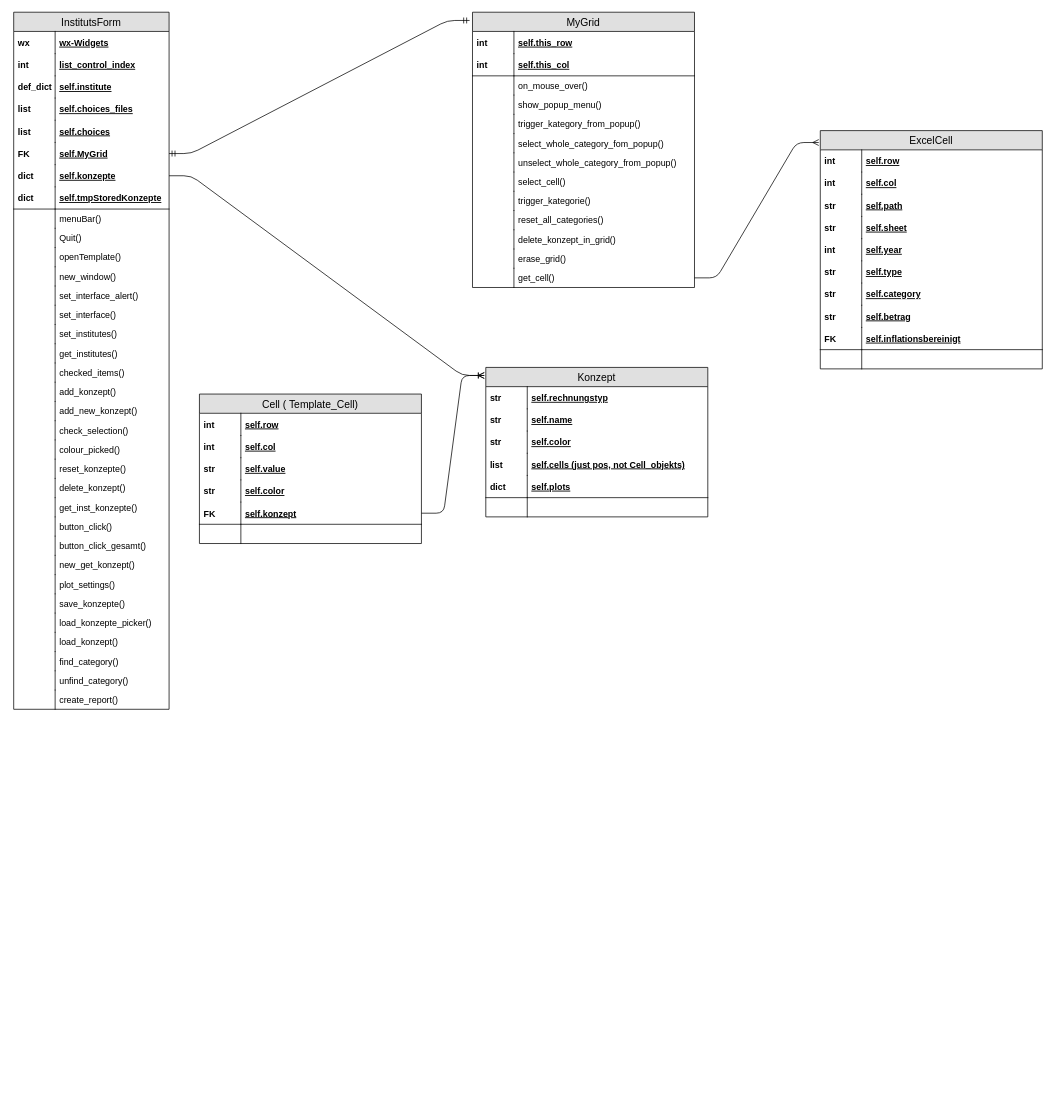
Earlier version of the draw.io diagram Finanzexplorer_ERM.drawio (Paschild/GMPG). Source tidied: cells renumbered, new cells numbered last; positions are measured from the earlier drawing's top-left corner, leaving out a move shared by most shapes. Both pictures are drawn from the tidied source at 74%, with x=0, y=0 at pixel (13, 12).
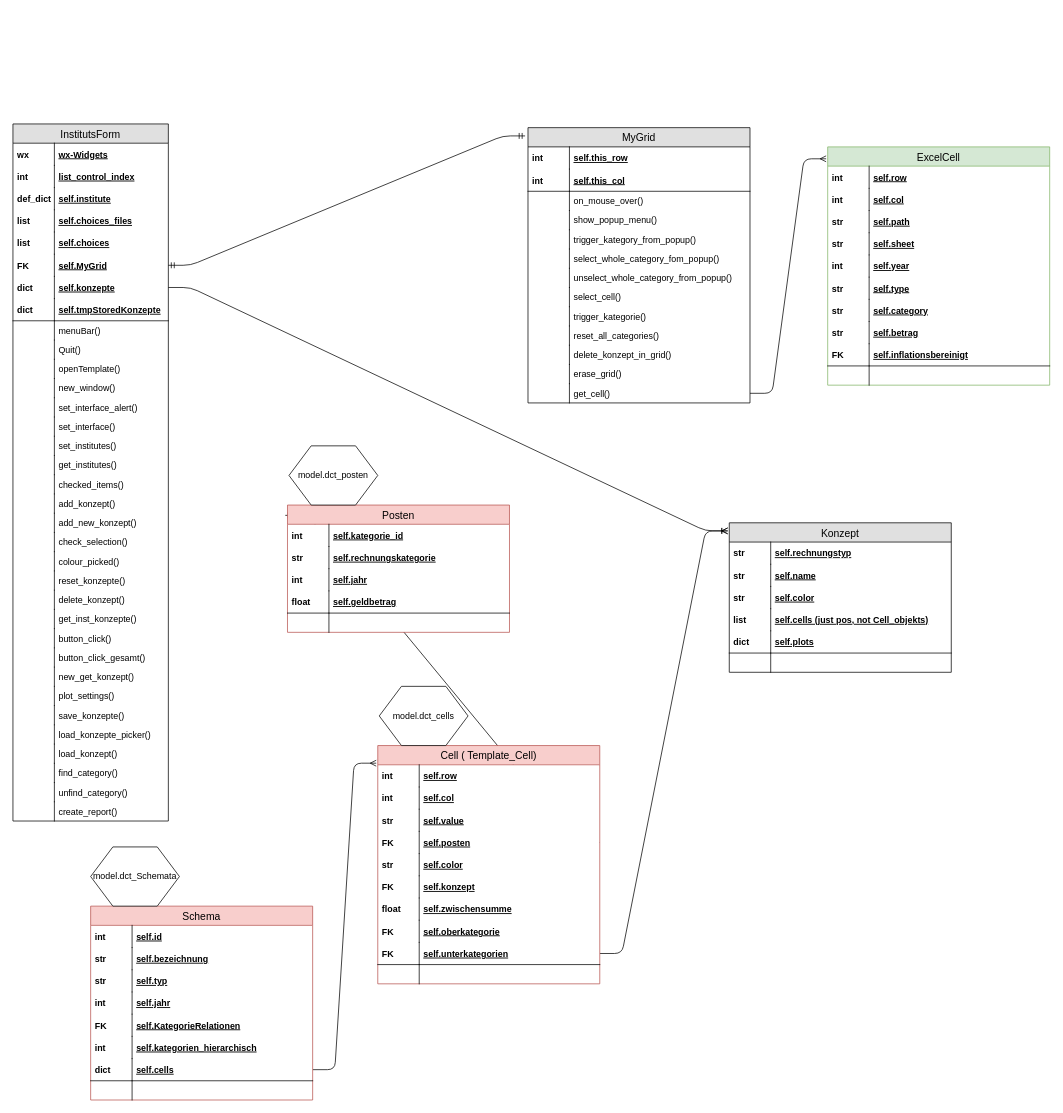
Above is the later version.

What changed in the source:
```diff
@@
     <mxCell id="2" value="InstitutsForm" style="swimlane;fontStyle=0;horizontal=1;startSize=26;fillColor=#e0e0e0;swimlaneFillColor=#ffffff;align=center;fontSize=14;" parent="1" vertex="1">
-      <mxGeometry width="210" height="942" as="geometry" />
+      <mxGeometry x="-1" y="151" width="210" height="942" as="geometry" />
     </mxCell>
@@
     <mxCell id="72" value="MyGrid" style="swimlane;fontStyle=0;horizontal=1;startSize=26;fillColor=#e0e0e0;swimlaneFillColor=#ffffff;align=center;fontSize=14;" parent="1" vertex="1">
-      <mxGeometry x="620" width="300" height="372" as="geometry" />
+      <mxGeometry x="695" y="156" width="300" height="372" as="geometry" />
     </mxCell>
@@
-    <mxCell id="99" value="Cell ( Template_Cell)" style="swimlane;fontStyle=0;horizontal=1;startSize=26;fillColor=#e0e0e0;swimlaneFillColor=#ffffff;align=center;fontSize=14;" parent="1" vertex="1">
-      <mxGeometry x="251" y="516" width="300" height="202" as="geometry" />
-    </mxCell>
-    <mxCell id="100" value="self.row" style="shape=partialRectangle;top=0;left=0;right=0;bottom=0;align=left;verticalAlign=middle;fillColor=none;spacingLeft=60;spacingRight=4;overflow=hidden;fontStyle=5;fontSize=12;" parent="99" vertex="1">
-      <mxGeometry y="26" width="300" height="30" as="geometry" />
-    </mxCell>
-    <mxCell id="101" value="int" style="shape=partialRectangle;fontStyle=1;top=0;left=0;bottom=0;fillColor=none;align=left;verticalAlign=middle;spacingLeft=4;spacingRight=4;overflow=hidden;fontSize=12;" parent="100" vertex="1">
-      <mxGeometry width="56" height="30" as="geometry" />
-    </mxCell>
-    <mxCell id="102" value="self.col" style="shape=partialRectangle;top=0;left=0;right=0;bottom=0;align=left;verticalAlign=middle;fillColor=none;spacingLeft=60;spacingRight=4;overflow=hidden;fontStyle=5;fontSize=12;" parent="99" vertex="1">
-      <mxGeometry y="56" width="300" height="30" as="geometry" />
-    </mxCell>
-    <mxCell id="103" value="int" style="shape=partialRectangle;fontStyle=1;top=0;left=0;bottom=0;fillColor=none;align=left;verticalAlign=middle;spacingLeft=4;spacingRight=4;overflow=hidden;fontSize=12;" parent="102" vertex="1">
-      <mxGeometry width="56" height="30" as="geometry" />
-    </mxCell>
-    <mxCell id="104" value="self.value" style="shape=partialRectangle;top=0;left=0;right=0;bottom=0;align=left;verticalAlign=middle;fillColor=none;spacingLeft=60;spacingRight=4;overflow=hidden;fontStyle=5;fontSize=12;" parent="99" vertex="1">
-      <mxGeometry y="86" width="300" height="30" as="geometry" />
-    </mxCell>
-    <mxCell id="105" value="str" style="shape=partialRectangle;fontStyle=1;top=0;left=0;bottom=0;fillColor=none;align=left;verticalAlign=middle;spacingLeft=4;spacingRight=4;overflow=hidden;fontSize=12;" parent="104" vertex="1">
-      <mxGeometry width="56" height="30" as="geometry" />
-    </mxCell>
-    <mxCell id="106" value="self.color" style="shape=partialRectangle;top=0;left=0;right=0;bottom=0;align=left;verticalAlign=middle;fillColor=none;spacingLeft=60;spacingRight=4;overflow=hidden;fontStyle=5;fontSize=12;" parent="99" vertex="1">
-      <mxGeometry y="116" width="300" height="30" as="geometry" />
-    </mxCell>
-    <mxCell id="107" value="str" style="shape=partialRectangle;fontStyle=1;top=0;left=0;bottom=0;fillColor=none;align=left;verticalAlign=middle;spacingLeft=4;spacingRight=4;overflow=hidden;fontSize=12;" parent="106" vertex="1">
-      <mxGeometry width="56" height="30" as="geometry" />
-    </mxCell>
-    <mxCell id="108" value="self.konzept" style="shape=partialRectangle;top=0;left=0;right=0;bottom=1;align=left;verticalAlign=middle;fillColor=none;spacingLeft=60;spacingRight=4;overflow=hidden;points=[[0,0.5],[1,0.5]];portConstraint=eastwest;fontStyle=5;fontSize=12;" parent="99" vertex="1">
-      <mxGeometry y="146" width="300" height="30" as="geometry" />
-    </mxCell>
-    <mxCell id="109" value="FK" style="shape=partialRectangle;fontStyle=1;top=0;left=0;bottom=0;fillColor=none;align=left;verticalAlign=middle;spacingLeft=4;spacingRight=4;overflow=hidden;fontSize=12;" parent="108" vertex="1">
-      <mxGeometry width="56" height="30" as="geometry" />
-    </mxCell>
-    <mxCell id="110" style="shape=partialRectangle;top=0;left=0;right=0;bottom=0;align=left;verticalAlign=top;fillColor=none;spacingLeft=60;spacingRight=4;overflow=hidden;fontSize=12;" parent="99" vertex="1">
-      <mxGeometry y="176" width="300" height="26" as="geometry" />
-    </mxCell>
-    <mxCell id="111" style="shape=partialRectangle;top=0;left=0;bottom=0;fillColor=none;align=left;verticalAlign=top;spacingLeft=4;spacingRight=4;overflow=hidden;fontSize=12;" parent="110" vertex="1">
-      <mxGeometry width="56" height="26" as="geometry" />
-    </mxCell>
-    <mxCell id="112" value="ExcelCell" style="swimlane;fontStyle=0;horizontal=1;startSize=26;fillColor=#e0e0e0;swimlaneFillColor=#ffffff;align=center;fontSize=14;" parent="1" vertex="1">
-      <mxGeometry x="1090" y="160" width="300" height="322" as="geometry" />
+    <mxCell id="112" value="ExcelCell" style="swimlane;fontStyle=0;horizontal=1;startSize=26;fillColor=#d5e8d4;swimlaneFillColor=#ffffff;align=center;fontSize=14;strokeColor=#82b366;" parent="1" vertex="1">
+      <mxGeometry x="1100" y="182" width="300" height="322" as="geometry" />
     </mxCell>
@@
     <mxCell id="133" value="Konzept" style="swimlane;fontStyle=0;horizontal=1;startSize=26;fillColor=#e0e0e0;swimlaneFillColor=#ffffff;align=center;fontSize=14;" parent="1" vertex="1">
-      <mxGeometry x="638" y="480" width="300" height="202" as="geometry" />
+      <mxGeometry x="967" y="690" width="300" height="202" as="geometry" />
     </mxCell>
@@
+    <mxCell id="149" style="edgeStyle=entityRelationEdgeStyle;fontSize=12;html=1;endArrow=ERmany;exitX=1;exitY=0.5;exitDx=0;exitDy=0;entryX=-0.007;entryY=0.074;entryDx=0;entryDy=0;entryPerimeter=0;" parent="1" edge="1" source="165" target="99">
+      <mxGeometry relative="1" as="geometry" />
+    </mxCell>
+    <mxCell id="150" style="edgeStyle=entityRelationEdgeStyle;fontSize=12;html=1;endArrow=ERone;endFill=1;entryX=-0.01;entryY=0.081;entryDx=0;entryDy=0;entryPerimeter=0;exitX=1;exitY=0.5;exitDx=0;exitDy=0;" parent="1" edge="1" source="172" target="182">
+      <mxGeometry relative="1" as="geometry" />
+    </mxCell>
+    <mxCell id="151" style="group;" parent="1" vertex="1">
+      <mxGeometry x="104" y="1128" width="300" height="342" as="geometry" />
+    </mxCell>
+    <mxCell id="152" value="Schema" style="swimlane;fontStyle=0;horizontal=1;startSize=26;fillColor=#f8cecc;swimlaneFillColor=#ffffff;align=center;fontSize=14;strokeColor=#b85450;" parent="151" vertex="1">
+      <mxGeometry y="80" width="300" height="262" as="geometry" />
+    </mxCell>
+    <mxCell id="153" value="self.id" style="shape=partialRectangle;top=0;left=0;right=0;bottom=0;align=left;verticalAlign=middle;fillColor=none;spacingLeft=60;spacingRight=4;overflow=hidden;fontStyle=5;fontSize=12;" parent="152" vertex="1">
+      <mxGeometry y="26" width="300" height="30" as="geometry" />
+    </mxCell>
+    <mxCell id="154" value="int" style="shape=partialRectangle;fontStyle=1;top=0;left=0;bottom=0;fillColor=none;align=left;verticalAlign=middle;spacingLeft=4;spacingRight=4;overflow=hidden;fontSize=12;" parent="153" vertex="1">
+      <mxGeometry width="56" height="30" as="geometry" />
+    </mxCell>
+    <mxCell id="155" value="self.bezeichnung" style="shape=partialRectangle;top=0;left=0;right=0;bottom=0;align=left;verticalAlign=middle;fillColor=none;spacingLeft=60;spacingRight=4;overflow=hidden;fontStyle=5;fontSize=12;" parent="152" vertex="1">
+      <mxGeometry y="56" width="300" height="30" as="geometry" />
+    </mxCell>
+    <mxCell id="156" value="str" style="shape=partialRectangle;fontStyle=1;top=0;left=0;bottom=0;fillColor=none;align=left;verticalAlign=middle;spacingLeft=4;spacingRight=4;overflow=hidden;fontSize=12;" parent="155" vertex="1">
+      <mxGeometry width="56" height="30" as="geometry" />
+    </mxCell>
+    <mxCell id="157" value="self.typ" style="shape=partialRectangle;top=0;left=0;right=0;bottom=0;align=left;verticalAlign=middle;fillColor=none;spacingLeft=60;spacingRight=4;overflow=hidden;fontStyle=5;fontSize=12;" parent="152" vertex="1">
+      <mxGeometry y="86" width="300" height="30" as="geometry" />
+    </mxCell>
+    <mxCell id="158" value="str" style="shape=partialRectangle;fontStyle=1;top=0;left=0;bottom=0;fillColor=none;align=left;verticalAlign=middle;spacingLeft=4;spacingRight=4;overflow=hidden;fontSize=12;" parent="157" vertex="1">
+      <mxGeometry width="56" height="30" as="geometry" />
+    </mxCell>
+    <mxCell id="159" value="self.jahr" style="shape=partialRectangle;top=0;left=0;right=0;bottom=0;align=left;verticalAlign=middle;fillColor=none;spacingLeft=60;spacingRight=4;overflow=hidden;fontStyle=5;fontSize=12;" parent="152" vertex="1">
+      <mxGeometry y="116" width="300" height="30" as="geometry" />
+    </mxCell>
+    <mxCell id="160" value="int" style="shape=partialRectangle;fontStyle=1;top=0;left=0;bottom=0;fillColor=none;align=left;verticalAlign=middle;spacingLeft=4;spacingRight=4;overflow=hidden;fontSize=12;" parent="159" vertex="1">
+      <mxGeometry width="56" height="30" as="geometry" />
+    </mxCell>
+    <mxCell id="161" value="self.KategorieRelationen" style="shape=partialRectangle;top=0;left=0;right=0;bottom=0;align=left;verticalAlign=middle;fillColor=none;spacingLeft=60;spacingRight=4;overflow=hidden;fontStyle=5;fontSize=12;" parent="152" vertex="1">
+      <mxGeometry y="146" width="300" height="30" as="geometry" />
+    </mxCell>
+    <mxCell id="162" value="FK" style="shape=partialRectangle;fontStyle=1;top=0;left=0;bottom=0;fillColor=none;align=left;verticalAlign=middle;spacingLeft=4;spacingRight=4;overflow=hidden;fontSize=12;" parent="161" vertex="1">
+      <mxGeometry width="56" height="30" as="geometry" />
+    </mxCell>
+    <mxCell id="163" value="self.kategorien_hierarchisch" style="shape=partialRectangle;top=0;left=0;right=0;bottom=0;align=left;verticalAlign=middle;fillColor=none;spacingLeft=60;spacingRight=4;overflow=hidden;fontStyle=5;fontSize=12;" parent="152" vertex="1">
+      <mxGeometry y="176" width="300" height="30" as="geometry" />
+    </mxCell>
+    <mxCell id="164" value="int" style="shape=partialRectangle;fontStyle=1;top=0;left=0;bottom=0;fillColor=none;align=left;verticalAlign=middle;spacingLeft=4;spacingRight=4;overflow=hidden;fontSize=12;" parent="163" vertex="1">
+      <mxGeometry width="56" height="30" as="geometry" />
+    </mxCell>
+    <mxCell id="165" value="self.cells" style="shape=partialRectangle;top=0;left=0;right=0;bottom=1;align=left;verticalAlign=middle;fillColor=none;spacingLeft=60;spacingRight=4;overflow=hidden;points=[[0,0.5],[1,0.5]];portConstraint=eastwest;fontStyle=5;fontSize=12;" parent="152" vertex="1">
+      <mxGeometry y="206" width="300" height="30" as="geometry" />
+    </mxCell>
+    <mxCell id="166" value="dict" style="shape=partialRectangle;fontStyle=1;top=0;left=0;bottom=0;fillColor=none;align=left;verticalAlign=middle;spacingLeft=4;spacingRight=4;overflow=hidden;fontSize=12;" parent="165" vertex="1">
+      <mxGeometry width="56" height="30" as="geometry" />
+    </mxCell>
+    <mxCell id="167" style="shape=partialRectangle;top=0;left=0;right=0;bottom=0;align=left;verticalAlign=top;fillColor=none;spacingLeft=60;spacingRight=4;overflow=hidden;fontSize=12;" parent="152" vertex="1">
+      <mxGeometry y="236" width="300" height="26" as="geometry" />
+    </mxCell>
+    <mxCell id="168" style="shape=partialRectangle;top=0;left=0;bottom=0;fillColor=none;align=left;verticalAlign=top;spacingLeft=4;spacingRight=4;overflow=hidden;fontSize=12;" parent="167" vertex="1">
+      <mxGeometry width="56" height="26" as="geometry" />
+    </mxCell>
+    <mxCell id="169" style="group;" parent="151" vertex="1">
+      <mxGeometry width="120" height="80" as="geometry" />
+    </mxCell>
+    <mxCell id="170" value="model.dct_Schemata" style="shape=hexagon;perimeter=hexagonPerimeter2;whiteSpace=wrap;html=1;" parent="169" vertex="1">
+      <mxGeometry width="120" height="80" as="geometry" />
+    </mxCell>
+    <mxCell id="171" style="group;" parent="1" vertex="1">
+      <mxGeometry x="492" y="911" width="300" height="402" as="geometry" />
+    </mxCell>
+    <mxCell id="99" value="Cell ( Template_Cell)" style="swimlane;fontStyle=0;horizontal=1;startSize=26;fillColor=#f8cecc;swimlaneFillColor=#ffffff;align=center;fontSize=14;strokeColor=#b85450;" parent="171" vertex="1">
+      <mxGeometry y="80" width="300" height="322" as="geometry" />
+    </mxCell>
+    <mxCell id="100" value="self.row" style="shape=partialRectangle;top=0;left=0;right=0;bottom=0;align=left;verticalAlign=middle;fillColor=none;spacingLeft=60;spacingRight=4;overflow=hidden;fontStyle=5;fontSize=12;" parent="99" vertex="1">
+      <mxGeometry y="26" width="300" height="30" as="geometry" />
+    </mxCell>
+    <mxCell id="101" value="int" style="shape=partialRectangle;fontStyle=1;top=0;left=0;bottom=0;fillColor=none;align=left;verticalAlign=middle;spacingLeft=4;spacingRight=4;overflow=hidden;fontSize=12;" parent="100" vertex="1">
+      <mxGeometry width="56" height="30" as="geometry" />
+    </mxCell>
+    <mxCell id="102" value="self.col" style="shape=partialRectangle;top=0;left=0;right=0;bottom=0;align=left;verticalAlign=middle;fillColor=none;spacingLeft=60;spacingRight=4;overflow=hidden;fontStyle=5;fontSize=12;" parent="99" vertex="1">
+      <mxGeometry y="56" width="300" height="30" as="geometry" />
+    </mxCell>
+    <mxCell id="103" value="int" style="shape=partialRectangle;fontStyle=1;top=0;left=0;bottom=0;fillColor=none;align=left;verticalAlign=middle;spacingLeft=4;spacingRight=4;overflow=hidden;fontSize=12;" parent="102" vertex="1">
+      <mxGeometry width="56" height="30" as="geometry" />
+    </mxCell>
+    <mxCell id="104" value="self.value" style="shape=partialRectangle;top=0;left=0;right=0;bottom=0;align=left;verticalAlign=middle;fillColor=none;spacingLeft=60;spacingRight=4;overflow=hidden;fontStyle=5;fontSize=12;" parent="99" vertex="1">
+      <mxGeometry y="86" width="300" height="30" as="geometry" />
+    </mxCell>
+    <mxCell id="105" value="str" style="shape=partialRectangle;fontStyle=1;top=0;left=0;bottom=0;fillColor=none;align=left;verticalAlign=middle;spacingLeft=4;spacingRight=4;overflow=hidden;fontSize=12;" parent="104" vertex="1">
+      <mxGeometry width="56" height="30" as="geometry" />
+    </mxCell>
+    <mxCell id="172" value="self.posten" style="shape=partialRectangle;top=0;left=0;right=0;bottom=0;align=left;verticalAlign=middle;fillColor=none;spacingLeft=60;spacingRight=4;overflow=hidden;points=[[0,0.5],[1,0.5]];portConstraint=eastwest;fontStyle=5;fontSize=12;" parent="99" vertex="1">
+      <mxGeometry y="116" width="300" height="30" as="geometry" />
+    </mxCell>
+    <mxCell id="173" value="FK" style="shape=partialRectangle;fontStyle=1;top=0;left=0;bottom=0;fillColor=none;align=left;verticalAlign=middle;spacingLeft=4;spacingRight=4;overflow=hidden;fontSize=12;" parent="172" vertex="1">
+      <mxGeometry width="56" height="30" as="geometry" />
+    </mxCell>
+    <mxCell id="106" value="self.color" style="shape=partialRectangle;top=0;left=0;right=0;bottom=0;align=left;verticalAlign=middle;fillColor=none;spacingLeft=60;spacingRight=4;overflow=hidden;fontStyle=5;fontSize=12;" parent="99" vertex="1">
+      <mxGeometry y="146" width="300" height="30" as="geometry" />
+    </mxCell>
+    <mxCell id="107" value="str" style="shape=partialRectangle;fontStyle=1;top=0;left=0;bottom=0;fillColor=none;align=left;verticalAlign=middle;spacingLeft=4;spacingRight=4;overflow=hidden;fontSize=12;" parent="106" vertex="1">
+      <mxGeometry width="56" height="30" as="geometry" />
+    </mxCell>
+    <mxCell id="174" value="self.konzept" style="shape=partialRectangle;top=0;left=0;right=0;bottom=0;align=left;verticalAlign=middle;fillColor=none;spacingLeft=60;spacingRight=4;overflow=hidden;fontStyle=5;fontSize=12;" parent="99" vertex="1">
+      <mxGeometry y="176" width="300" height="30" as="geometry" />
+    </mxCell>
+    <mxCell id="175" value="FK" style="shape=partialRectangle;fontStyle=1;top=0;left=0;bottom=0;fillColor=none;align=left;verticalAlign=middle;spacingLeft=4;spacingRight=4;overflow=hidden;fontSize=12;" parent="174" vertex="1">
+      <mxGeometry width="56" height="30" as="geometry" />
+    </mxCell>
+    <mxCell id="176" value="self.zwischensumme" style="shape=partialRectangle;top=0;left=0;right=0;bottom=0;align=left;verticalAlign=middle;fillColor=none;spacingLeft=60;spacingRight=4;overflow=hidden;fontStyle=5;fontSize=12;" parent="99" vertex="1">
+      <mxGeometry y="206" width="300" height="30" as="geometry" />
+    </mxCell>
+    <mxCell id="177" value="float" style="shape=partialRectangle;fontStyle=1;top=0;left=0;bottom=0;fillColor=none;align=left;verticalAlign=middle;spacingLeft=4;spacingRight=4;overflow=hidden;fontSize=12;" parent="176" vertex="1">
+      <mxGeometry width="56" height="30" as="geometry" />
+    </mxCell>
+    <mxCell id="178" value="self.oberkategorie" style="shape=partialRectangle;top=0;left=0;right=0;bottom=0;align=left;verticalAlign=middle;fillColor=none;spacingLeft=60;spacingRight=4;overflow=hidden;fontStyle=5;fontSize=12;" parent="99" vertex="1">
+      <mxGeometry y="236" width="300" height="30" as="geometry" />
+    </mxCell>
+    <mxCell id="179" value="FK" style="shape=partialRectangle;fontStyle=1;top=0;left=0;bottom=0;fillColor=none;align=left;verticalAlign=middle;spacingLeft=4;spacingRight=4;overflow=hidden;fontSize=12;" parent="178" vertex="1">
+      <mxGeometry width="56" height="30" as="geometry" />
+    </mxCell>
+    <mxCell id="108" value="self.unterkategorien" style="shape=partialRectangle;top=0;left=0;right=0;bottom=1;align=left;verticalAlign=middle;fillColor=none;spacingLeft=60;spacingRight=4;overflow=hidden;points=[[0,0.5],[1,0.5]];portConstraint=eastwest;fontStyle=5;fontSize=12;" parent="99" vertex="1">
+      <mxGeometry y="266" width="300" height="30" as="geometry" />
+    </mxCell>
+    <mxCell id="109" value="FK" style="shape=partialRectangle;fontStyle=1;top=0;left=0;bottom=0;fillColor=none;align=left;verticalAlign=middle;spacingLeft=4;spacingRight=4;overflow=hidden;fontSize=12;" parent="108" vertex="1">
+      <mxGeometry width="56" height="30" as="geometry" />
+    </mxCell>
+    <mxCell id="110" style="shape=partialRectangle;top=0;left=0;right=0;bottom=0;align=left;verticalAlign=top;fillColor=none;spacingLeft=60;spacingRight=4;overflow=hidden;fontSize=12;" parent="99" vertex="1">
+      <mxGeometry y="296" width="300" height="26" as="geometry" />
+    </mxCell>
+    <mxCell id="111" style="shape=partialRectangle;top=0;left=0;bottom=0;fillColor=none;align=left;verticalAlign=top;spacingLeft=4;spacingRight=4;overflow=hidden;fontSize=12;" parent="110" vertex="1">
+      <mxGeometry width="56" height="26" as="geometry" />
+    </mxCell>
+    <mxCell id="180" value="model.dct_cells" style="shape=hexagon;perimeter=hexagonPerimeter2;whiteSpace=wrap;html=1;" parent="171" vertex="1">
+      <mxGeometry x="2" width="120" height="80" as="geometry" />
+    </mxCell>
+    <mxCell id="181" style="group;" parent="1" vertex="1">
+      <mxGeometry x="370" y="586" width="300" height="252" as="geometry" />
+    </mxCell>
+    <mxCell id="182" value="Posten" style="swimlane;fontStyle=0;horizontal=1;startSize=26;fillColor=#f8cecc;swimlaneFillColor=#ffffff;align=center;fontSize=14;strokeColor=#b85450;" parent="181" vertex="1">
+      <mxGeometry y="80" width="300" height="172" as="geometry" />
+    </mxCell>
+    <mxCell id="183" value="self.kategorie_id" style="shape=partialRectangle;top=0;left=0;right=0;bottom=0;align=left;verticalAlign=middle;fillColor=none;spacingLeft=60;spacingRight=4;overflow=hidden;fontStyle=5;fontSize=12;" parent="182" vertex="1">
+      <mxGeometry y="26" width="300" height="30" as="geometry" />
+    </mxCell>
+    <mxCell id="184" value="int" style="shape=partialRectangle;fontStyle=1;top=0;left=0;bottom=0;fillColor=none;align=left;verticalAlign=middle;spacingLeft=4;spacingRight=4;overflow=hidden;fontSize=12;" parent="183" vertex="1">
+      <mxGeometry width="56" height="30" as="geometry" />
+    </mxCell>
+    <mxCell id="185" value="self.rechnungskategorie" style="shape=partialRectangle;top=0;left=0;right=0;bottom=0;align=left;verticalAlign=middle;fillColor=none;spacingLeft=60;spacingRight=4;overflow=hidden;fontStyle=5;fontSize=12;" parent="182" vertex="1">
+      <mxGeometry y="56" width="300" height="30" as="geometry" />
+    </mxCell>
+    <mxCell id="186" value="str" style="shape=partialRectangle;fontStyle=1;top=0;left=0;bottom=0;fillColor=none;align=left;verticalAlign=middle;spacingLeft=4;spacingRight=4;overflow=hidden;fontSize=12;" parent="185" vertex="1">
+      <mxGeometry width="56" height="30" as="geometry" />
+    </mxCell>
+    <mxCell id="187" value="self.jahr" style="shape=partialRectangle;top=0;left=0;right=0;bottom=0;align=left;verticalAlign=middle;fillColor=none;spacingLeft=60;spacingRight=4;overflow=hidden;fontStyle=5;fontSize=12;" parent="182" vertex="1">
+      <mxGeometry y="86" width="300" height="30" as="geometry" />
+    </mxCell>
+    <mxCell id="188" value="int" style="shape=partialRectangle;fontStyle=1;top=0;left=0;bottom=0;fillColor=none;align=left;verticalAlign=middle;spacingLeft=4;spacingRight=4;overflow=hidden;fontSize=12;" parent="187" vertex="1">
+      <mxGeometry width="56" height="30" as="geometry" />
+    </mxCell>
+    <mxCell id="189" value="self.geldbetrag" style="shape=partialRectangle;top=0;left=0;right=0;bottom=1;align=left;verticalAlign=middle;fillColor=none;spacingLeft=60;spacingRight=4;overflow=hidden;fontStyle=5;fontSize=12;" parent="182" vertex="1">
+      <mxGeometry y="116" width="300" height="30" as="geometry" />
+    </mxCell>
+    <mxCell id="190" value="float" style="shape=partialRectangle;fontStyle=1;top=0;left=0;bottom=0;fillColor=none;align=left;verticalAlign=middle;spacingLeft=4;spacingRight=4;overflow=hidden;fontSize=12;" parent="189" vertex="1">
+      <mxGeometry width="56" height="30" as="geometry" />
+    </mxCell>
+    <mxCell id="191" style="shape=partialRectangle;top=0;left=0;right=0;bottom=0;align=left;verticalAlign=top;fillColor=none;spacingLeft=60;spacingRight=4;overflow=hidden;fontSize=12;" parent="182" vertex="1">
+      <mxGeometry y="146" width="300" height="26" as="geometry" />
+    </mxCell>
+    <mxCell id="192" style="shape=partialRectangle;top=0;left=0;bottom=0;fillColor=none;align=left;verticalAlign=top;spacingLeft=4;spacingRight=4;overflow=hidden;fontSize=12;" parent="191" vertex="1">
+      <mxGeometry width="56" height="26" as="geometry" />
+    </mxCell>
+    <mxCell id="193" value="model.dct_posten" style="shape=hexagon;perimeter=hexagonPerimeter2;whiteSpace=wrap;html=1;" parent="181" vertex="1">
+      <mxGeometry x="2" width="120" height="80" as="geometry" />
+    </mxCell>
```
